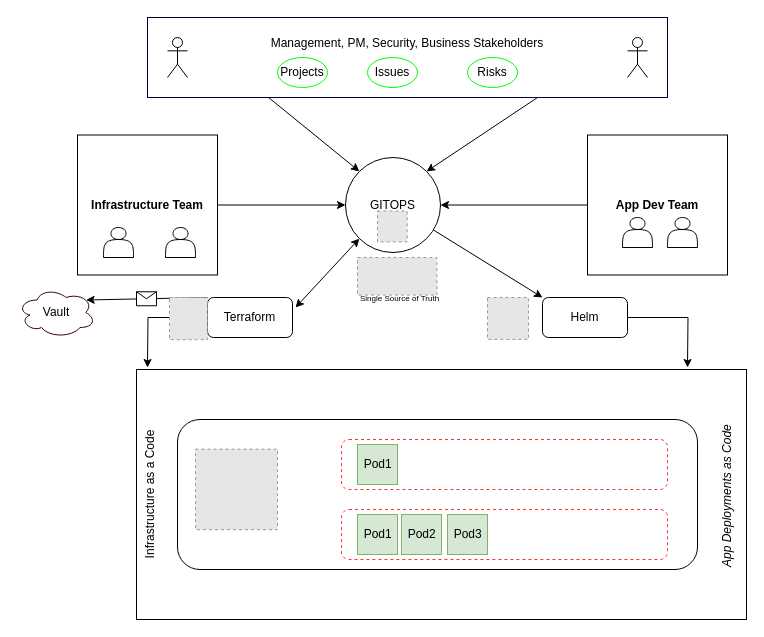
This is Untitled Diagram.drawio from Bhoopesh123/kubernetes, a draw.io file, before an edit. Source tidied: cells renumbered, new cells numbered last; positions are measured from the earlier drawing's top-left corner, leaving out a move shared by most shapes. Both pictures are drawn from the tidied source at 100%, with x=0, y=0 at pixel (17, 17). Pictures stored in the file or linked from it are replaced by grey dashed boxes.
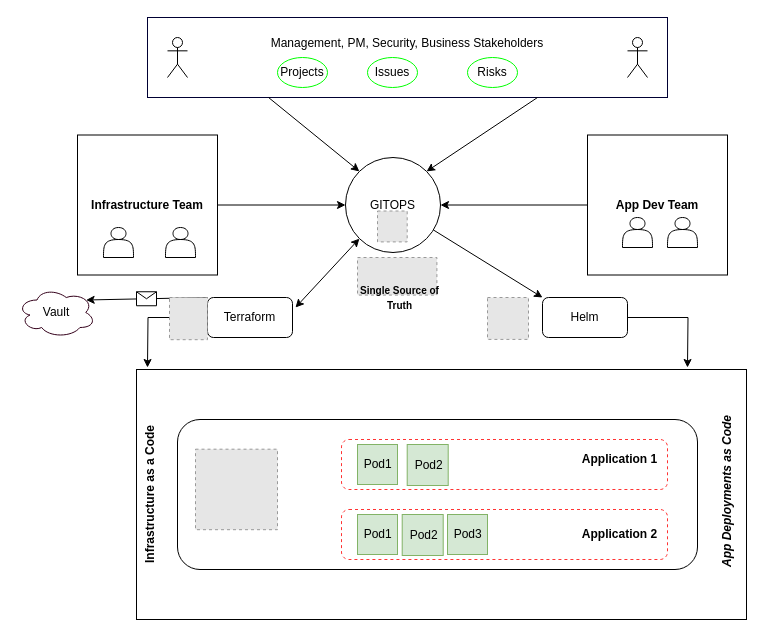
The same page after the edit.

Change to the diagram source:
```diff
@@
-    <mxCell id="22" value="Infrastructure as a Code" style="rounded=0;whiteSpace=wrap;html=1;horizontal=0;align=center;verticalAlign=top;" parent="1" vertex="1">
+    <mxCell id="22" value="&lt;b&gt;Infrastructure as a Code&lt;/b&gt;" style="rounded=0;whiteSpace=wrap;html=1;horizontal=0;align=center;verticalAlign=top;" parent="1" vertex="1">
       <mxGeometry x="119" y="352" width="610" height="250" as="geometry" />
     </mxCell>
-    <mxCell id="23" value="&lt;div&gt;&lt;span style=&quot;vertical-align: sub&quot;&gt;App Deployments as Code&lt;/span&gt;&lt;/div&gt;" style="text;html=1;strokeColor=none;fillColor=none;align=left;verticalAlign=bottom;whiteSpace=wrap;rounded=0;horizontal=0;fontStyle=2;" parent="1" vertex="1">
+    <mxCell id="23" value="&lt;div&gt;&lt;span style=&quot;vertical-align: sub&quot;&gt;&lt;b&gt;App Deployments as Code&lt;/b&gt;&lt;/span&gt;&lt;/div&gt;" style="text;html=1;strokeColor=none;fillColor=none;align=left;verticalAlign=bottom;whiteSpace=wrap;rounded=0;horizontal=0;fontStyle=2;" parent="1" vertex="1">
       <mxGeometry x="540" y="392" width="180" height="160" as="geometry" />
     </mxCell>
@@
-    <mxCell id="30" value="Pod2&amp;nbsp;" style="whiteSpace=wrap;html=1;align=right;strokeColor=#82b366;fillColor=#d5e8d4;" parent="1" vertex="1">
-      <mxGeometry x="384" y="497" width="40" height="40" as="geometry" />
-    </mxCell>
@@
-    <mxCell id="42" value="&lt;font style=&quot;font-size: 8px&quot;&gt;Single Source of Truth&lt;/font&gt;" style="text;html=1;strokeColor=none;fillColor=none;align=center;verticalAlign=middle;whiteSpace=wrap;rounded=0;" parent="1" vertex="1">
+    <mxCell id="42" value="&lt;font size=&quot;1&quot;&gt;&lt;b&gt;Single Source of Truth&lt;/b&gt;&lt;/font&gt;" style="text;html=1;strokeColor=none;fillColor=none;align=center;verticalAlign=middle;whiteSpace=wrap;rounded=0;" parent="1" vertex="1">
       <mxGeometry x="340" y="270" width="84.5" height="20" as="geometry" />
     </mxCell>
+    <mxCell id="43" value="&lt;b&gt;&lt;font style=&quot;font-size: 12px&quot;&gt;Application &lt;/font&gt;&lt;font style=&quot;font-size: 12px&quot;&gt;1&lt;/font&gt;&lt;/b&gt;" style="text;html=1;strokeColor=none;fillColor=none;align=center;verticalAlign=middle;whiteSpace=wrap;rounded=0;" parent="1" vertex="1">
+      <mxGeometry x="560" y="431.7" width="84.5" height="20" as="geometry" />
+    </mxCell>
+    <mxCell id="44" value="&lt;font style=&quot;font-size: 12px&quot;&gt;&lt;b&gt;Application 2&lt;/b&gt;&lt;/font&gt;" style="text;html=1;strokeColor=none;fillColor=none;align=center;verticalAlign=middle;whiteSpace=wrap;rounded=0;" parent="1" vertex="1">
+      <mxGeometry x="560" y="507" width="84.5" height="20" as="geometry" />
+    </mxCell>
+    <mxCell id="45" value="Pod2&amp;nbsp;" style="whiteSpace=wrap;html=1;align=right;strokeColor=#82b366;fillColor=#d5e8d4;" parent="1" vertex="1">
+      <mxGeometry x="389.7" y="427" width="41" height="41" as="geometry" />
+    </mxCell>
+    <mxCell id="46" value="Pod2&amp;nbsp;" style="whiteSpace=wrap;html=1;align=right;strokeColor=#82b366;fillColor=#d5e8d4;" parent="1" vertex="1">
+      <mxGeometry x="384.7" y="497" width="41" height="41" as="geometry" />
+    </mxCell>
```
